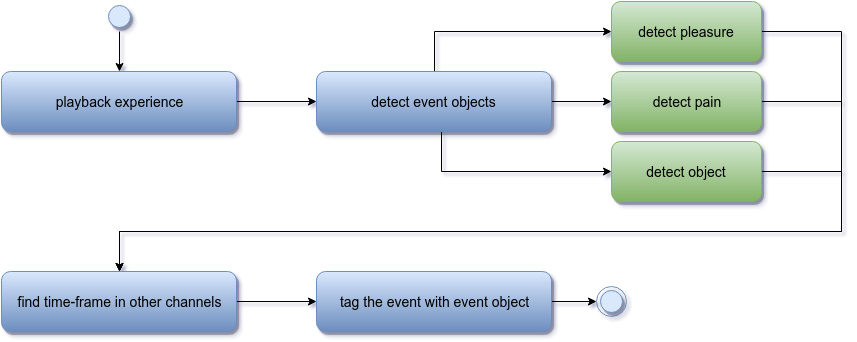
Before: doc/HLD_Activity_SemanticTagger.png, a diagram exported from draw.io (research-team/robot-dream). Source tidied: cells renumbered, new cells last; positions are measured from the earlier drawing's top-left corner, leaving out a move shared by most shapes.
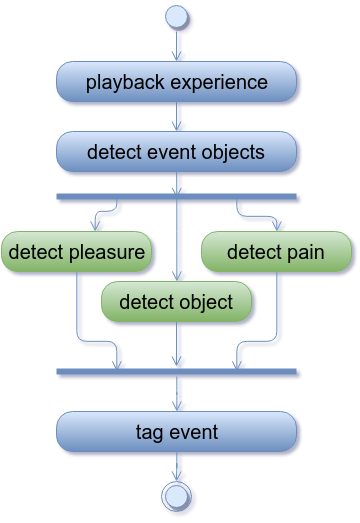
The same diagram one commit later.

Commit message:
hld: corrected the semantic tagger diagram

The edit, as a diff of the source:
```diff
@@ -2,88 +2,88 @@
   <root>
     <mxCell id="0" />
     <mxCell id="1" parent="0" />
+    <mxCell id="18" style="ellipse;html=1;shape=endState;fillColor=#dae8fc;strokeColor=#6c8ebf;shadow=1;glass=0;comic=0;fontSize=14;align=right;" parent="1" vertex="1">
+      <mxGeometry x="305" y="420" width="30" height="30" as="geometry" />
+    </mxCell>
+    <mxCell id="3" value="playback experience" style="rounded=1;whiteSpace=wrap;html=1;arcSize=40;fillColor=#dae8fc;strokeColor=#6c8ebf;shadow=0;glass=0;comic=0;labelBackgroundColor=none;fontSize=20;align=center;gradientColor=#6C8EBF;" parent="1" vertex="1">
+      <mxGeometry x="200" width="240" height="40" as="geometry" />
+    </mxCell>
+    <mxCell id="7" value="&lt;span&gt;detect event objects&lt;/span&gt;" style="rounded=1;whiteSpace=wrap;html=1;arcSize=40;fillColor=#dae8fc;strokeColor=#6c8ebf;shadow=0;glass=0;comic=0;labelBackgroundColor=none;fontSize=20;align=center;gradientColor=#6C8EBF;" parent="1" vertex="1">
+      <mxGeometry x="200" y="70" width="240" height="40" as="geometry" />
+    </mxCell>
+    <mxCell id="21" style="shape=line;html=1;strokeWidth=6;strokeColor=#6c8ebf;shadow=0;glass=0;comic=0;labelBackgroundColor=none;fillColor=#dae8fc;fontSize=20;align=center;" parent="1" vertex="1">
+      <mxGeometry x="200" y="130" width="240" height="10" as="geometry" />
+    </mxCell>
+    <mxCell id="22" style="edgeStyle=orthogonalEdgeStyle;html=1;verticalAlign=bottom;endArrow=open;endSize=8;strokeColor=#6c8ebf;fillColor=#dae8fc;fontSize=20;exitX=0.75;exitY=0.5;exitPerimeter=0;" parent="1" edge="1" source="21" target="15">
+      <mxGeometry relative="1" as="geometry">
+        <Array as="points">
+          <mxPoint x="380" y="155" />
+          <mxPoint x="420" y="155" />
+        </Array>
+      </mxGeometry>
+    </mxCell>
+    <mxCell id="23" style="edgeStyle=orthogonalEdgeStyle;rounded=1;html=1;entryX=0.75;entryY=0.5;entryPerimeter=0;startArrow=none;startFill=0;endArrow=open;endFill=0;jettySize=auto;strokeColor=#6c8ebf;fillColor=#dae8fc;fontSize=20;endSize=8;" parent="1" edge="1" source="15" target="32">
+      <mxGeometry relative="1" as="geometry">
+        <Array as="points">
+          <mxPoint x="420" y="280" />
+          <mxPoint x="380" y="280" />
+        </Array>
+      </mxGeometry>
+    </mxCell>
+    <mxCell id="15" value="&lt;span&gt;detect pain&lt;/span&gt;&lt;br&gt;" style="rounded=1;whiteSpace=wrap;html=1;arcSize=40;fillColor=#d5e8d4;strokeColor=#82b366;shadow=0;glass=0;comic=0;labelBackgroundColor=none;fontSize=20;align=center;gradientColor=#82B366;" parent="1" vertex="1">
+      <mxGeometry x="345" y="170" width="150" height="40" as="geometry" />
+    </mxCell>
+    <mxCell id="24" style="edgeStyle=orthogonalEdgeStyle;rounded=1;html=1;entryX=0.25;entryY=0.5;entryPerimeter=0;startArrow=none;startFill=0;endArrow=open;endFill=0;jettySize=auto;strokeColor=#6c8ebf;fillColor=#dae8fc;fontSize=20;endSize=8;" parent="1" edge="1" source="9" target="32">
+      <mxGeometry relative="1" as="geometry">
+        <Array as="points">
+          <mxPoint x="220" y="280" />
+          <mxPoint x="260" y="280" />
+        </Array>
+      </mxGeometry>
+    </mxCell>
+    <mxCell id="9" value="detect pleasure&lt;br&gt;" style="rounded=1;whiteSpace=wrap;html=1;arcSize=40;fillColor=#d5e8d4;strokeColor=#82b366;shadow=0;glass=0;comic=0;labelBackgroundColor=none;fontSize=20;align=center;gradientColor=#82B366;" parent="1" vertex="1">
+      <mxGeometry x="145" y="170" width="150" height="40" as="geometry" />
+    </mxCell>
+    <mxCell id="25" style="edgeStyle=orthogonalEdgeStyle;html=1;verticalAlign=bottom;endArrow=open;endSize=8;strokeColor=#6c8ebf;fillColor=#dae8fc;fontSize=20;exitX=0.25;exitY=0.5;exitPerimeter=0;" parent="1" edge="1" source="21" target="9">
+      <mxGeometry relative="1" as="geometry">
+        <Array as="points">
+          <mxPoint x="260" y="150" />
+          <mxPoint x="239" y="150" />
+        </Array>
+      </mxGeometry>
+    </mxCell>
+    <mxCell id="26" style="edgeStyle=orthogonalEdgeStyle;rounded=1;html=1;startArrow=none;startFill=0;endArrow=open;endFill=0;endSize=8;jettySize=auto;strokeColor=#6c8ebf;fillColor=#dae8fc;fontSize=20;" parent="1" edge="1" source="17" target="32">
+      <mxGeometry relative="1" as="geometry" />
+    </mxCell>
+    <mxCell id="17" value="&lt;span&gt;detect object&lt;/span&gt;&lt;br&gt;" style="rounded=1;whiteSpace=wrap;html=1;arcSize=40;fillColor=#d5e8d4;strokeColor=#82b366;shadow=0;glass=0;comic=0;labelBackgroundColor=none;fontSize=20;align=center;gradientColor=#82B366;" parent="1" vertex="1">
+      <mxGeometry x="245" y="220" width="150" height="40" as="geometry" />
+    </mxCell>
+    <mxCell id="27" style="edgeStyle=orthogonalEdgeStyle;html=1;verticalAlign=bottom;endArrow=open;endSize=8;strokeColor=#6c8ebf;fillColor=#dae8fc;fontSize=20;exitX=0.502;exitY=0.733;exitPerimeter=0;" parent="1" edge="1" source="21" target="17">
+      <mxGeometry relative="1" as="geometry" />
+    </mxCell>
+    <mxCell id="28" style="html=1;verticalAlign=bottom;endArrow=open;endSize=8;strokeColor=#6c8ebf;fillColor=#dae8fc;fontSize=20;entryX=0.501;entryY=0.65;entryPerimeter=0;" parent="1" edge="1" source="7" target="21">
+      <mxGeometry relative="1" as="geometry" />
+    </mxCell>
+    <mxCell id="29" style="ellipse;html=1;shape=startState;fillColor=#dae8fc;strokeColor=#6c8ebf;shadow=1;glass=0;comic=0;labelBackgroundColor=none;fontSize=20;align=center;" parent="1" vertex="1">
+      <mxGeometry x="305" y="-60" width="30" height="30" as="geometry" />
+    </mxCell>
+    <mxCell id="30" style="edgeStyle=orthogonalEdgeStyle;html=1;verticalAlign=bottom;endArrow=open;endSize=8;strokeColor=#6c8ebf;fillColor=#dae8fc;fontSize=20;" parent="1" edge="1" source="29" target="3">
+      <mxGeometry relative="1" as="geometry" />
+    </mxCell>
-    <mxCell id="2" style="edgeStyle=orthogonalEdgeStyle;rounded=0;html=1;endArrow=classic;endFill=1;jettySize=auto;" parent="1" edge="1" source="3" target="7">
+    <mxCell id="2" style="html=1;verticalAlign=bottom;endArrow=open;endSize=8;strokeColor=#6c8ebf;fillColor=#dae8fc;fontSize=20;" parent="1" edge="1" source="3" target="7">
       <mxGeometry relative="1" as="geometry" />
     </mxCell>
-    <mxCell id="3" value="playback experience" style="rounded=1;whiteSpace=wrap;html=1;shadow=1;comic=0;fillColor=#dae8fc;strokeColor=#6c8ebf;gradientColor=#6C8EBF;fontSize=14;" parent="1" vertex="1">
-      <mxGeometry y="70" width="235" height="60" as="geometry" />
-    </mxCell>
-    <mxCell id="4" style="edgeStyle=orthogonalEdgeStyle;rounded=0;html=1;endArrow=classic;endFill=1;jettySize=auto;fontSize=14;" parent="1" edge="1" source="7" target="9">
-      <mxGeometry relative="1" as="geometry">
-        <Array as="points">
-          <mxPoint x="433" y="30" />
-        </Array>
-      </mxGeometry>
-    </mxCell>
-    <mxCell id="5" style="edgeStyle=orthogonalEdgeStyle;rounded=0;html=1;endArrow=classic;endFill=1;jettySize=auto;fontSize=14;exitX=1;exitY=0.5;" parent="1" edge="1" source="7" target="15">
-      <mxGeometry relative="1" as="geometry" />
-    </mxCell>
-    <mxCell id="6" style="edgeStyle=orthogonalEdgeStyle;rounded=0;html=1;entryX=0;entryY=0.5;endArrow=classic;endFill=1;jettySize=auto;fontSize=14;" parent="1" edge="1" source="7" target="17">
-      <mxGeometry relative="1" as="geometry">
-        <Array as="points">
-          <mxPoint x="440" y="170" />
-        </Array>
-      </mxGeometry>
-    </mxCell>
-    <mxCell id="7" value="&lt;span&gt;detect event objects&lt;/span&gt;" style="rounded=1;whiteSpace=wrap;html=1;shadow=1;comic=0;fillColor=#dae8fc;strokeColor=#6c8ebf;gradientColor=#6C8EBF;glass=0;fontSize=14;" parent="1" vertex="1">
-      <mxGeometry x="315" y="70" width="235" height="60" as="geometry" />
-    </mxCell>
-    <mxCell id="8" style="edgeStyle=orthogonalEdgeStyle;rounded=0;html=1;endArrow=classic;endFill=1;jettySize=auto;fontSize=14;" parent="1" edge="1" source="9" target="11">
-      <mxGeometry relative="1" as="geometry">
-        <Array as="points">
-          <mxPoint x="840" y="30" />
-          <mxPoint x="840" y="230" />
-          <mxPoint x="118" y="230" />
-        </Array>
-      </mxGeometry>
-    </mxCell>
-    <mxCell id="9" value="&lt;span&gt;detect pleasure&lt;/span&gt;" style="rounded=1;whiteSpace=wrap;html=1;shadow=1;comic=0;fillColor=#d5e8d4;strokeColor=#82b366;glass=0;fontSize=14;gradientColor=#82B366;" parent="1" vertex="1">
-      <mxGeometry x="610" width="150" height="60" as="geometry" />
-    </mxCell>
-    <mxCell id="10" style="edgeStyle=orthogonalEdgeStyle;rounded=0;html=1;entryX=0;entryY=0.5;endArrow=classic;endFill=1;jettySize=auto;fontSize=14;" parent="1" edge="1" source="11" target="13">
-      <mxGeometry relative="1" as="geometry" />
-    </mxCell>
-    <mxCell id="11" value="find time-frame in other channels" style="rounded=1;whiteSpace=wrap;html=1;shadow=1;comic=0;fillColor=#dae8fc;strokeColor=#6c8ebf;gradientColor=#6C8EBF;glass=0;fontSize=14;" parent="1" vertex="1">
-      <mxGeometry y="270" width="235" height="60" as="geometry" />
-    </mxCell>
-    <mxCell id="12" style="edgeStyle=orthogonalEdgeStyle;rounded=0;html=1;exitX=1;exitY=0.5;entryX=0;entryY=0.5;endArrow=classic;endFill=1;jettySize=auto;fontSize=14;" parent="1" edge="1" source="13" target="18">
-      <mxGeometry relative="1" as="geometry" />
-    </mxCell>
-    <mxCell id="13" value="tag the event with event object" style="rounded=1;whiteSpace=wrap;html=1;shadow=1;comic=0;fillColor=#dae8fc;strokeColor=#6c8ebf;gradientColor=#6C8EBF;glass=0;fontSize=14;" parent="1" vertex="1">
-      <mxGeometry x="315" y="270" width="235" height="60" as="geometry" />
-    </mxCell>
-    <mxCell id="14" style="edgeStyle=orthogonalEdgeStyle;rounded=0;html=1;endArrow=classic;endFill=1;jettySize=auto;fontSize=14;" parent="1" edge="1" source="15" target="11">
-      <mxGeometry relative="1" as="geometry">
-        <Array as="points">
-          <mxPoint x="840" y="100" />
-          <mxPoint x="840" y="230" />
-          <mxPoint x="118" y="230" />
-        </Array>
-      </mxGeometry>
-    </mxCell>
-    <mxCell id="15" value="&lt;span&gt;detect pain&lt;/span&gt;" style="rounded=1;whiteSpace=wrap;html=1;shadow=1;comic=0;fillColor=#d5e8d4;strokeColor=#82b366;glass=0;fontSize=14;gradientColor=#82B366;" parent="1" vertex="1">
-      <mxGeometry x="610" y="70" width="150" height="60" as="geometry" />
-    </mxCell>
-    <mxCell id="16" style="edgeStyle=orthogonalEdgeStyle;rounded=0;html=1;endArrow=classic;endFill=1;jettySize=auto;fontSize=14;" parent="1" edge="1" source="17" target="11">
-      <mxGeometry relative="1" as="geometry">
-        <Array as="points">
-          <mxPoint x="840" y="170" />
-          <mxPoint x="840" y="230" />
-          <mxPoint x="118" y="230" />
-        </Array>
-      </mxGeometry>
-    </mxCell>
-    <mxCell id="17" value="&lt;span&gt;detect object&lt;/span&gt;" style="rounded=1;whiteSpace=wrap;html=1;shadow=1;comic=0;fillColor=#d5e8d4;strokeColor=#82b366;glass=0;fontSize=14;gradientColor=#82B366;" parent="1" vertex="1">
-      <mxGeometry x="610" y="140" width="150" height="60" as="geometry" />
-    </mxCell>
-    <mxCell id="18" style="ellipse;html=1;shape=endState;fillColor=#dae8fc;strokeColor=#6c8ebf;shadow=1;glass=0;comic=0;fontSize=14;align=right;" parent="1" vertex="1">
-      <mxGeometry x="595" y="285" width="30" height="30" as="geometry" />
-    </mxCell>
-    <mxCell id="19" style="edgeStyle=orthogonalEdgeStyle;rounded=0;html=1;exitX=0.5;exitY=1;entryX=0.5;entryY=0;endArrow=classic;endFill=1;jettySize=auto;fontSize=14;" parent="1" edge="1" source="20" target="3">
-      <mxGeometry relative="1" as="geometry" />
-    </mxCell>
-    <mxCell id="20" style="ellipse;html=1;shape=startState;fillColor=#dae8fc;strokeColor=#6c8ebf;shadow=1;glass=0;comic=0;fontSize=14;align=right;" parent="1" vertex="1">
-      <mxGeometry x="103" width="30" height="30" as="geometry" />
-    </mxCell>
+    <mxCell id="31" style="edgeStyle=orthogonalEdgeStyle;rounded=1;html=1;startArrow=none;startFill=0;endArrow=open;endFill=0;endSize=8;jettySize=auto;strokeColor=#6c8ebf;fillColor=#dae8fc;fontSize=20;" parent="1" edge="1" source="32" target="34">
+      <mxGeometry relative="1" as="geometry" />
+    </mxCell>
+    <mxCell id="32" style="shape=line;html=1;strokeWidth=6;strokeColor=#6c8ebf;shadow=0;glass=0;comic=0;labelBackgroundColor=none;fillColor=#dae8fc;fontSize=20;align=center;" parent="1" vertex="1">
+      <mxGeometry x="200" y="305" width="240" height="10" as="geometry" />
+    </mxCell>
+    <mxCell id="33" style="edgeStyle=orthogonalEdgeStyle;rounded=1;html=1;startArrow=none;startFill=0;endArrow=open;endFill=0;endSize=8;jettySize=auto;strokeColor=#6c8ebf;fillColor=#dae8fc;fontSize=20;" parent="1" edge="1" source="34" target="18">
+      <mxGeometry relative="1" as="geometry" />
+    </mxCell>
+    <mxCell id="34" value="&lt;span&gt;tag event&lt;/span&gt;" style="rounded=1;whiteSpace=wrap;html=1;arcSize=40;fillColor=#dae8fc;strokeColor=#6c8ebf;shadow=0;glass=0;comic=0;labelBackgroundColor=none;fontSize=20;align=center;gradientColor=#6C8EBF;" parent="1" vertex="1">
+      <mxGeometry x="200" y="350" width="240" height="40" as="geometry" />
+    </mxCell>
   </root>
 </mxGraphModel>
```
